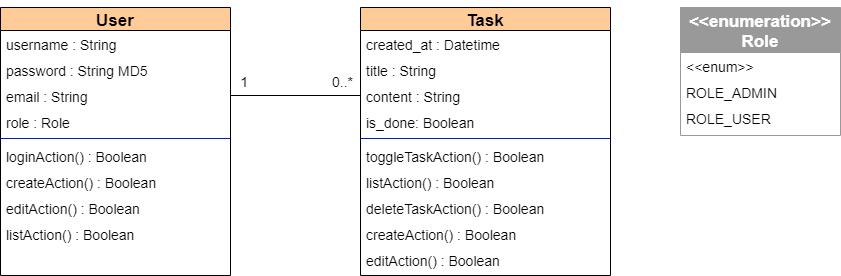
This is diagrams/P8_DiagrammeClasses.drawio.png from siakamansaly/Audit-and-Improve-Symfony-App, a draw.io export, as it was before one commit. Source tidied: cells renumbered, new cells last; positions are measured from the earlier drawing's top-left corner, leaving out a move shared by most shapes.
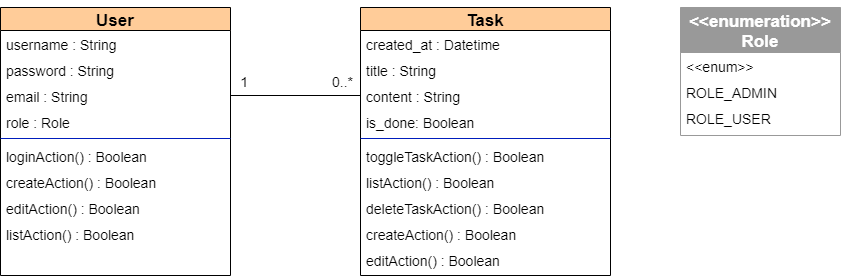
The same file after the commit.

Commit message:
update uml diagrams

The edit, as a diff of the source:
```diff
@@ -8,7 +8,7 @@
     <mxCell id="3" value="username : String" style="text;align=left;verticalAlign=top;spacingLeft=4;spacingRight=4;overflow=hidden;fontSize=14;" parent="2" vertex="1">
       <mxGeometry y="23" width="230" height="26" as="geometry" />
     </mxCell>
-    <mxCell id="4" value="password : String MD5" style="text;align=left;verticalAlign=top;spacingLeft=4;spacingRight=4;overflow=hidden;rounded=0;shadow=0;html=0;fontSize=14;" parent="2" vertex="1">
+    <mxCell id="4" value="password : String" style="text;align=left;verticalAlign=top;spacingLeft=4;spacingRight=4;overflow=hidden;rounded=0;shadow=0;html=0;fontSize=14;" parent="2" vertex="1">
       <mxGeometry y="49" width="230" height="26" as="geometry" />
     </mxCell>
     <mxCell id="5" value="email : String" style="text;align=left;verticalAlign=top;spacingLeft=4;spacingRight=4;overflow=hidden;points=[[0,0.5],[1,0.5]];portConstraint=eastwest;rounded=0;shadow=0;html=0;fontSize=14;" parent="2" vertex="1">
```
